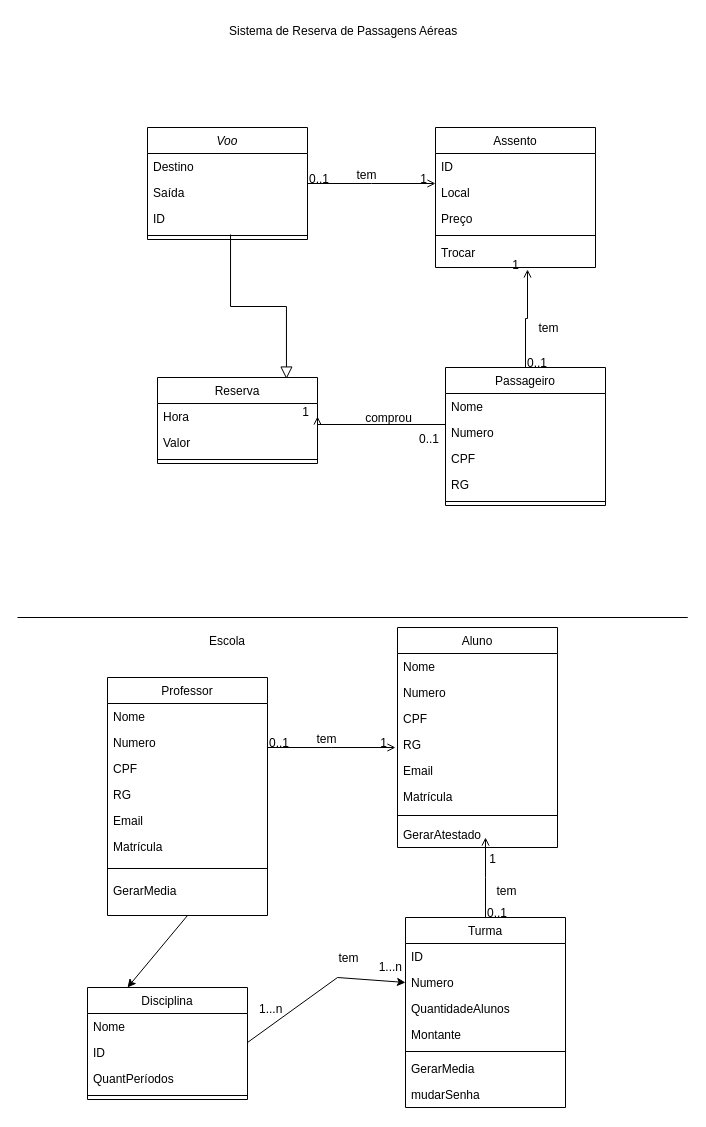
Earlier version of the draw.io diagram page "Página-2" (2 of 2) of trabalho eng.drawio (zanellaz/javascripto). Source tidied: cells renumbered, new cells numbered last; positions are measured from the earlier drawing's top-left corner, leaving out a move shared by most shapes. Both pictures are drawn from the tidied source at 100%, with x=0, y=0 at pixel (17, 17).
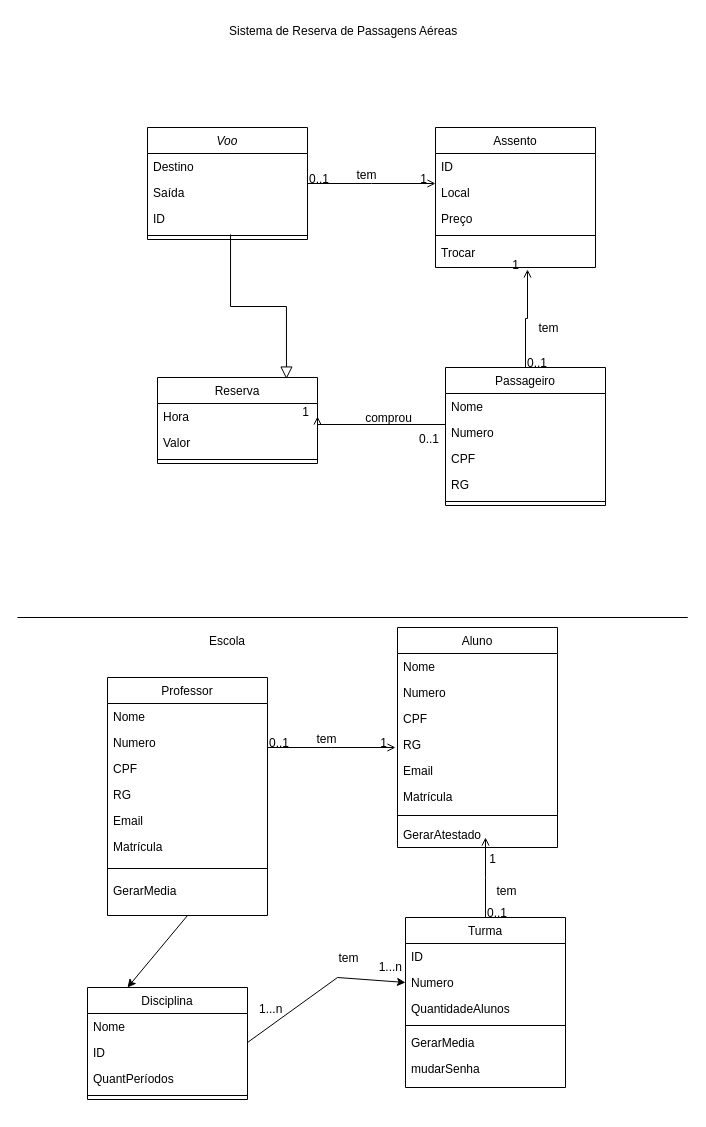
Above is the later version.

The edit, as a diff of the source:
```diff
@@
     <mxCell id="48" value="Turma" style="swimlane;fontStyle=0;align=center;verticalAlign=top;horizontal=1;startSize=26;rounded=0;shadow=0;strokeWidth=1;" parent="1" vertex="1">
-      <mxGeometry x="388" y="900" width="160" height="190" as="geometry" />
+      <mxGeometry x="388" y="900" width="160" height="170" as="geometry" />
     </mxCell>
@@
-    <mxCell id="52" value="Montante" style="text;align=left;verticalAlign=top;spacingLeft=4;spacingRight=4;overflow=hidden;rounded=0;shadow=0;html=0;" parent="48" vertex="1">
-      <mxGeometry y="104" width="160" height="26" as="geometry" />
-    </mxCell>
     <mxCell id="53" style="line;html=1;strokeWidth=1;align=left;verticalAlign=middle;spacingTop=-1;spacingLeft=3;spacingRight=3;labelPosition=right;" parent="48" vertex="1">
-      <mxGeometry y="130" width="160" height="8" as="geometry" />
+      <mxGeometry y="104" width="160" height="8" as="geometry" />
     </mxCell>
     <mxCell id="54" value="GerarMedia" style="text;align=left;verticalAlign=top;spacingLeft=4;spacingRight=4;overflow=hidden;" parent="48" vertex="1">
-      <mxGeometry y="138" width="160" height="26" as="geometry" />
+      <mxGeometry y="112" width="160" height="26" as="geometry" />
     </mxCell>
     <mxCell id="55" value="mudarSenha" style="text;align=left;verticalAlign=top;spacingLeft=4;spacingRight=4;overflow=hidden;" parent="48" vertex="1">
-      <mxGeometry y="164" width="160" height="26" as="geometry" />
+      <mxGeometry y="138" width="160" height="26" as="geometry" />
     </mxCell>
```
